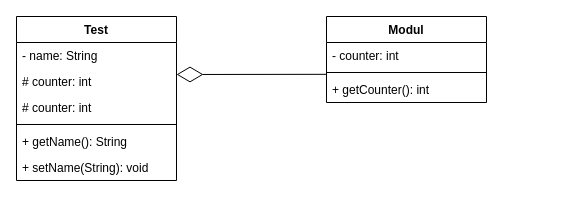
03-FUEM/02_Use_Case_Diagramm keeps this draw.io diagram as page "Beispiel Assoziation" (2 of 2) of klassendiagramm.drawio. Above is the earlier version. Source tidied: cells renumbered, new cells numbered last; positions are measured from the earlier drawing's top-left corner, leaving out a move shared by most shapes. Both pictures are drawn from the tidied source at 100%, with x=0, y=0 at pixel (16, 16).
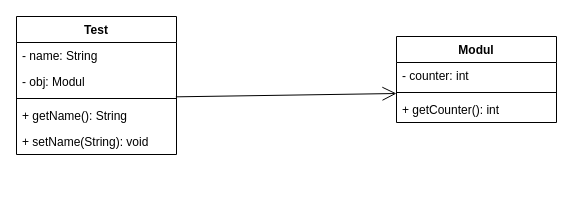
After the change.

What changed in the source:
```diff
@@
 <mxGraphModel>
   <root>
     <mxCell id="0" />
     <mxCell id="1" parent="0" />
     <mxCell id="2" value="Test" style="swimlane;fontStyle=1;align=center;verticalAlign=top;horizontal=1;startSize=26;" parent="1" vertex="1">
-      <mxGeometry width="160" height="164" as="geometry" />
+      <mxGeometry width="160" height="138" as="geometry" />
     </mxCell>
     <mxCell id="3" value="- name: String" style="text;strokeColor=none;fillColor=none;align=left;verticalAlign=top;spacingLeft=4;spacingRight=4;overflow=hidden;" parent="2" vertex="1">
       <mxGeometry y="26" width="160" height="26" as="geometry" />
     </mxCell>
-    <mxCell id="4" value="# counter: int" style="text;strokeColor=none;fillColor=none;align=left;verticalAlign=top;spacingLeft=4;spacingRight=4;overflow=hidden;" parent="2" vertex="1">
+    <mxCell id="4" value="- obj: Modul" style="text;strokeColor=none;fillColor=none;align=left;verticalAlign=top;spacingLeft=4;spacingRight=4;overflow=hidden;" parent="2" vertex="1">
       <mxGeometry y="52" width="160" height="26" as="geometry" />
     </mxCell>
-    <mxCell id="5" value="# counter: int" style="text;strokeColor=none;fillColor=none;align=left;verticalAlign=top;spacingLeft=4;spacingRight=4;overflow=hidden;" parent="2" vertex="1">
-      <mxGeometry y="78" width="160" height="26" as="geometry" />
-    </mxCell>
     <mxCell id="6" style="line;strokeWidth=1;fillColor=none;align=left;verticalAlign=middle;spacingTop=-1;spacingLeft=3;spacingRight=3;labelPosition=right;points=[];portConstraint=eastwest;" parent="2" vertex="1">
-      <mxGeometry y="104" width="160" height="8" as="geometry" />
+      <mxGeometry y="78" width="160" height="8" as="geometry" />
     </mxCell>
     <mxCell id="7" value="+ getName(): String" style="text;strokeColor=none;fillColor=none;align=left;verticalAlign=top;spacingLeft=4;spacingRight=4;overflow=hidden;" parent="2" vertex="1">
-      <mxGeometry y="112" width="160" height="26" as="geometry" />
+      <mxGeometry y="86" width="160" height="26" as="geometry" />
     </mxCell>
     <mxCell id="8" value="+ setName(String): void" style="text;strokeColor=none;fillColor=none;align=left;verticalAlign=top;spacingLeft=4;spacingRight=4;overflow=hidden;" parent="2" vertex="1">
-      <mxGeometry y="138" width="160" height="26" as="geometry" />
+      <mxGeometry y="112" width="160" height="26" as="geometry" />
     </mxCell>
     <mxCell id="9" value="Modul" style="swimlane;fontStyle=1;align=center;verticalAlign=top;horizontal=1;startSize=26;" parent="1" vertex="1">
-      <mxGeometry x="310" width="160" height="86" as="geometry" />
+      <mxGeometry x="380" y="20" width="160" height="86" as="geometry" />
     </mxCell>
     <mxCell id="10" value="- counter: int" style="text;strokeColor=none;fillColor=none;align=left;verticalAlign=top;spacingLeft=4;spacingRight=4;overflow=hidden;" parent="9" vertex="1">
       <mxGeometry y="26" width="160" height="26" as="geometry" />
     </mxCell>
     <mxCell id="11" style="line;strokeWidth=1;fillColor=none;align=left;verticalAlign=middle;spacingTop=-1;spacingLeft=3;spacingRight=3;labelPosition=right;" parent="9" vertex="1">
       <mxGeometry y="52" width="160" height="8" as="geometry" />
     </mxCell>
     <mxCell id="12" value="+ getCounter(): int" style="text;strokeColor=none;fillColor=none;align=left;verticalAlign=top;spacingLeft=4;spacingRight=4;overflow=hidden;points=[[0,0.5],[1,0.5]];portConstraint=eastwest;" parent="9" vertex="1">
       <mxGeometry y="60" width="160" height="26" as="geometry" />
     </mxCell>
-    <mxCell id="13" style="endArrow=diamondThin;endFill=0;endSize=24;html=1;exitX=0.002;exitY=-0.084;exitDx=0;exitDy=0;exitPerimeter=0;" parent="1" edge="1" source="12">
-      <mxGeometry relative="1" as="geometry">
-        <mxPoint x="160" y="58" as="targetPoint" />
-      </mxGeometry>
-    </mxCell>
+    <mxCell id="14" style="endArrow=open;endFill=1;endSize=12;html=1;entryX=0;entryY=-0.115;entryDx=0;entryDy=0;entryPerimeter=0;exitX=0.996;exitY=0.292;exitDx=0;exitDy=0;exitPerimeter=0;" parent="1" edge="1" source="6" target="12">
+      <mxGeometry relative="1" as="geometry" />
+    </mxCell>
   </root>
 </mxGraphModel>
```
